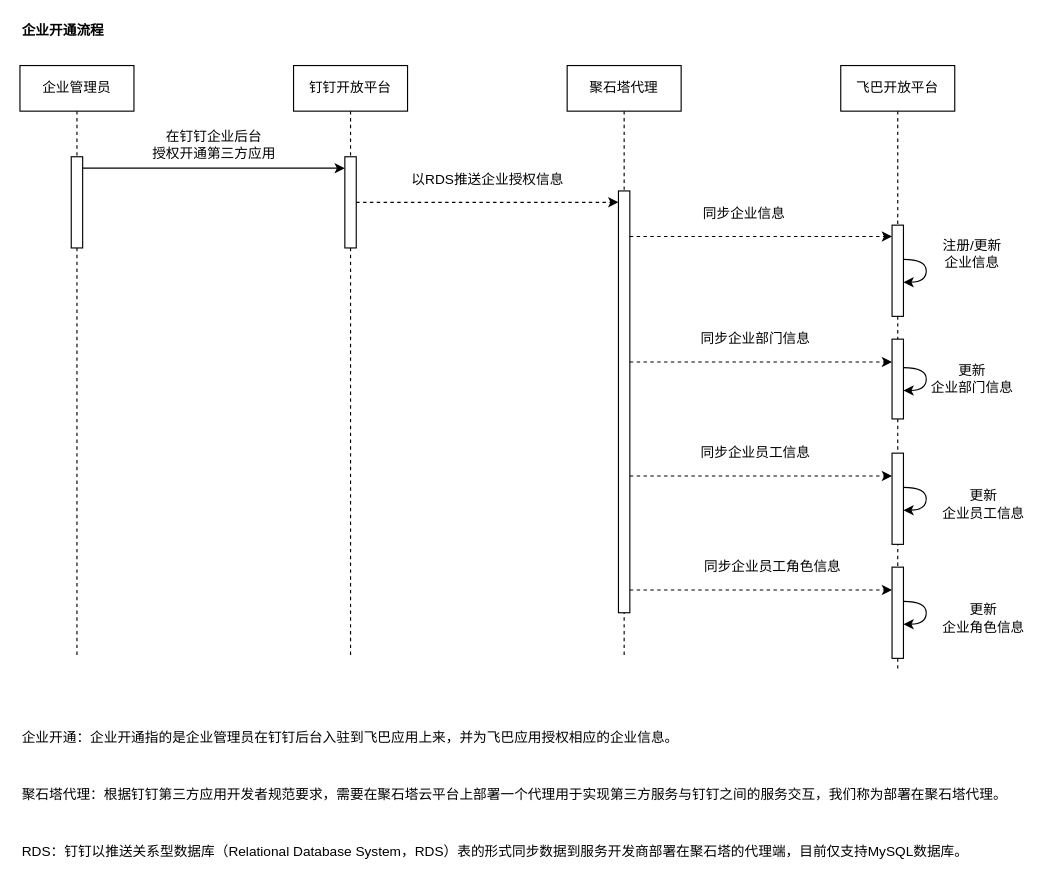
This is page "dingtalk_openapi_ent_000" (1 of 5) of src/work/flyby/present/dingtalk.drawio from ab-doc/draw.io, a draw.io file, before an edit. Source tidied: cells renumbered, new cells numbered last; positions are measured from the earlier drawing's top-left corner, leaving out a move shared by most shapes. Both pictures are drawn from the tidied source at 114%, with x=0, y=0 at pixel (19, 19).
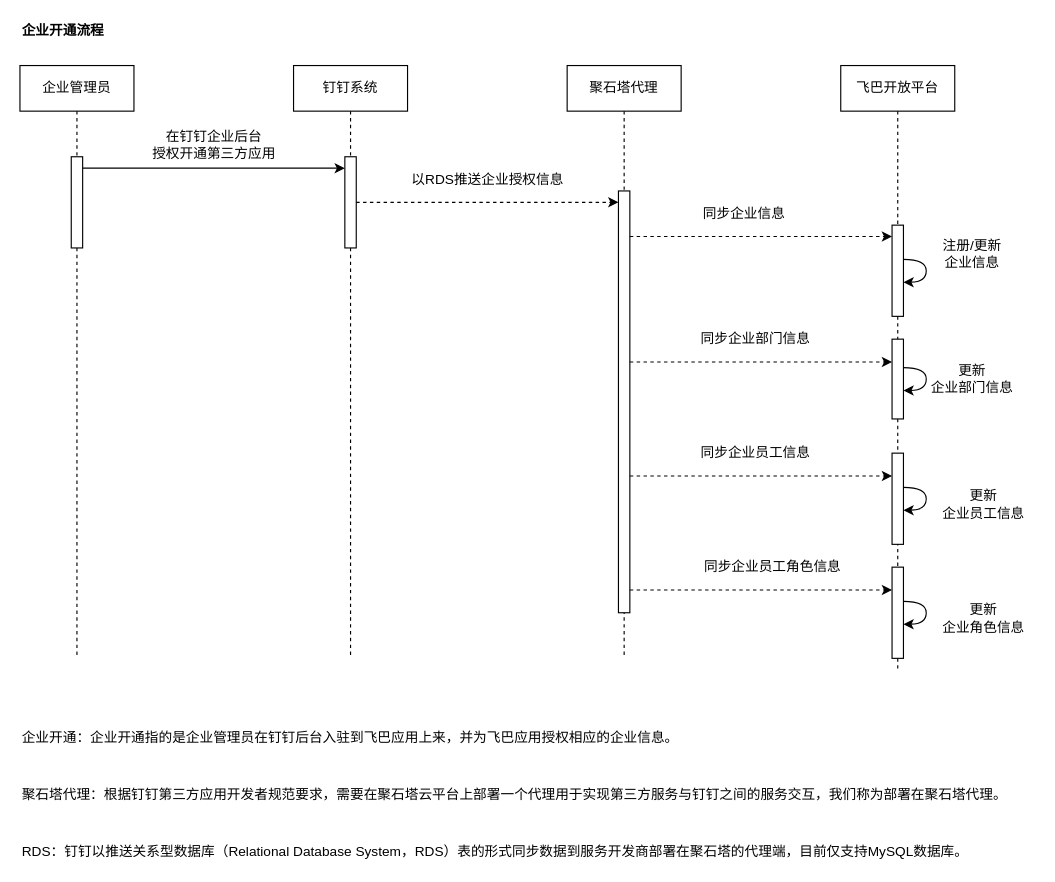
The same page after the edit.

Change to the diagram source:
```diff
@@
-    <mxCell id="5" value="钉钉开放平台" style="shape=umlLifeline;perimeter=lifelinePerimeter;whiteSpace=wrap;html=1;" parent="1" vertex="1">
+    <mxCell id="5" value="钉钉系统" style="shape=umlLifeline;perimeter=lifelinePerimeter;whiteSpace=wrap;html=1;" parent="1" vertex="1">
       <mxGeometry x="240" y="40" width="100" height="520" as="geometry" />
     </mxCell>
```
